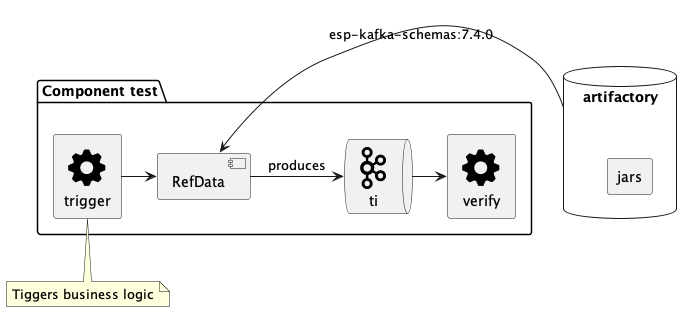
Before: images/src/main/plantuml/producer-component-test.png, a diagram exported from PlantUML (vspiliop/kafka-contract-test-producer).
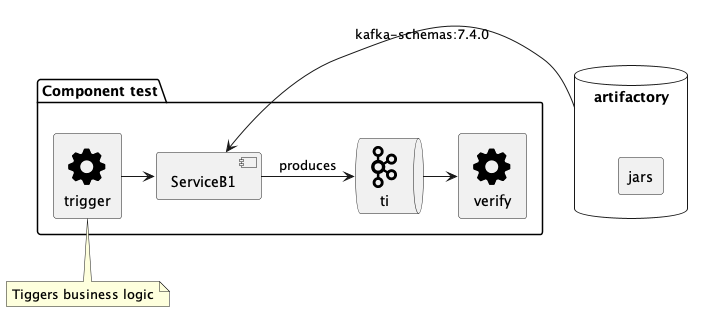
The same file after the commit.

Change to the diagram source:
```diff
@@ -4,7 +4,7 @@
 package "Component test" {
   rectangle "trigger" <<$cog>> as tbl
   queue ti <<$kafka >>
-  [RefData]
+  [ServiceB1]
   rectangle verify <<$cog>>
 }
 
@@ -16,9 +16,9 @@
  rectangle jars
 }
 
-tbl -> [RefData]
-[RefData] -> ti: produces
+tbl -> [ServiceB1]
+[ServiceB1] -> ti: produces
 ti -> verify
-ar -> [RefData]: esp-kafka-schemas:7.4.0
+ar -> [ServiceB1]: kafka-schemas:7.4.0
 
 @enduml
```
